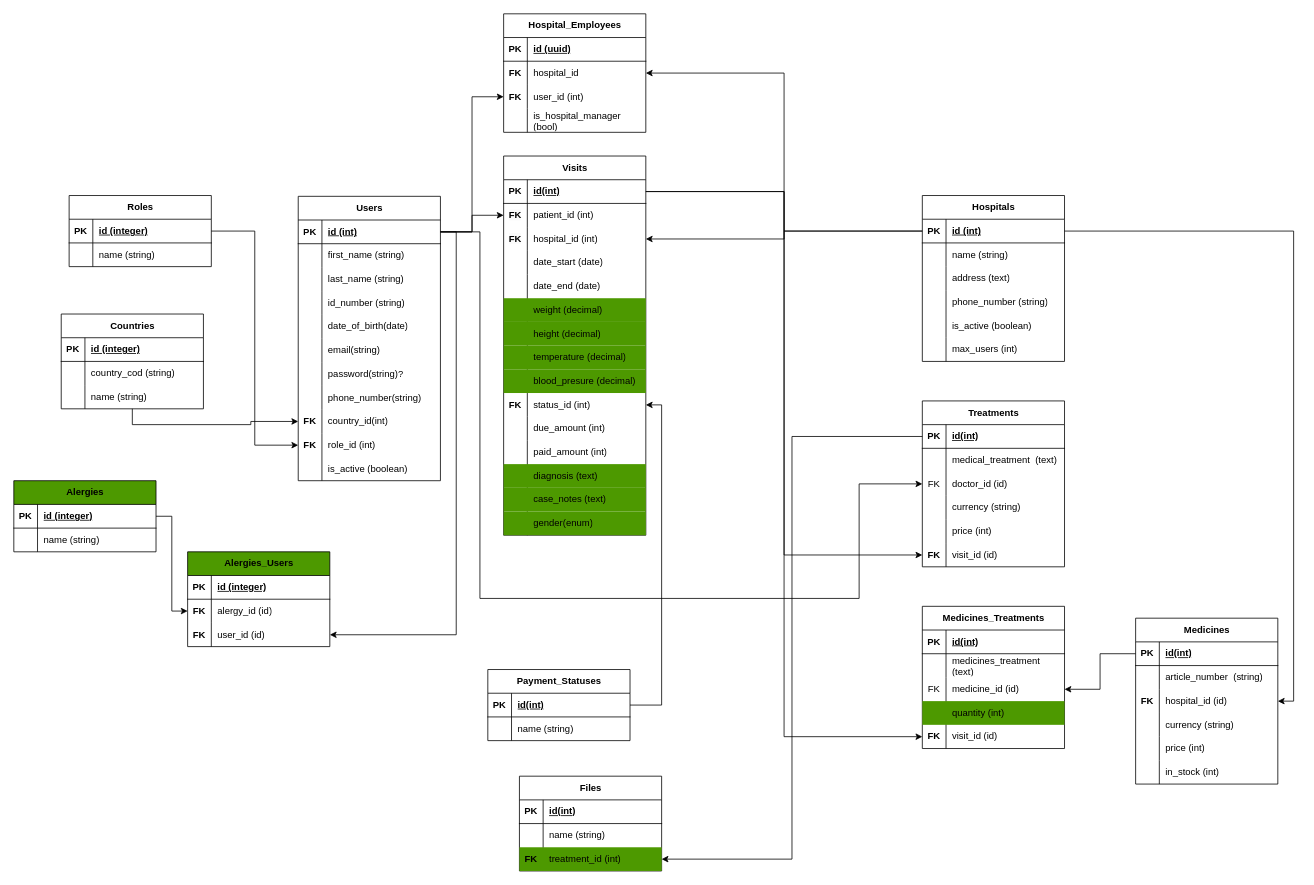
This is Untitled Diagram.drawio from fao30/hospital-management-be, a draw.io file, before an edit. Source tidied: cells renumbered, new cells numbered last; positions are measured from the earlier drawing's top-left corner, leaving out a move shared by most shapes. Both pictures are drawn from the tidied source at 79%, with x=0, y=0 at pixel (13, 13).
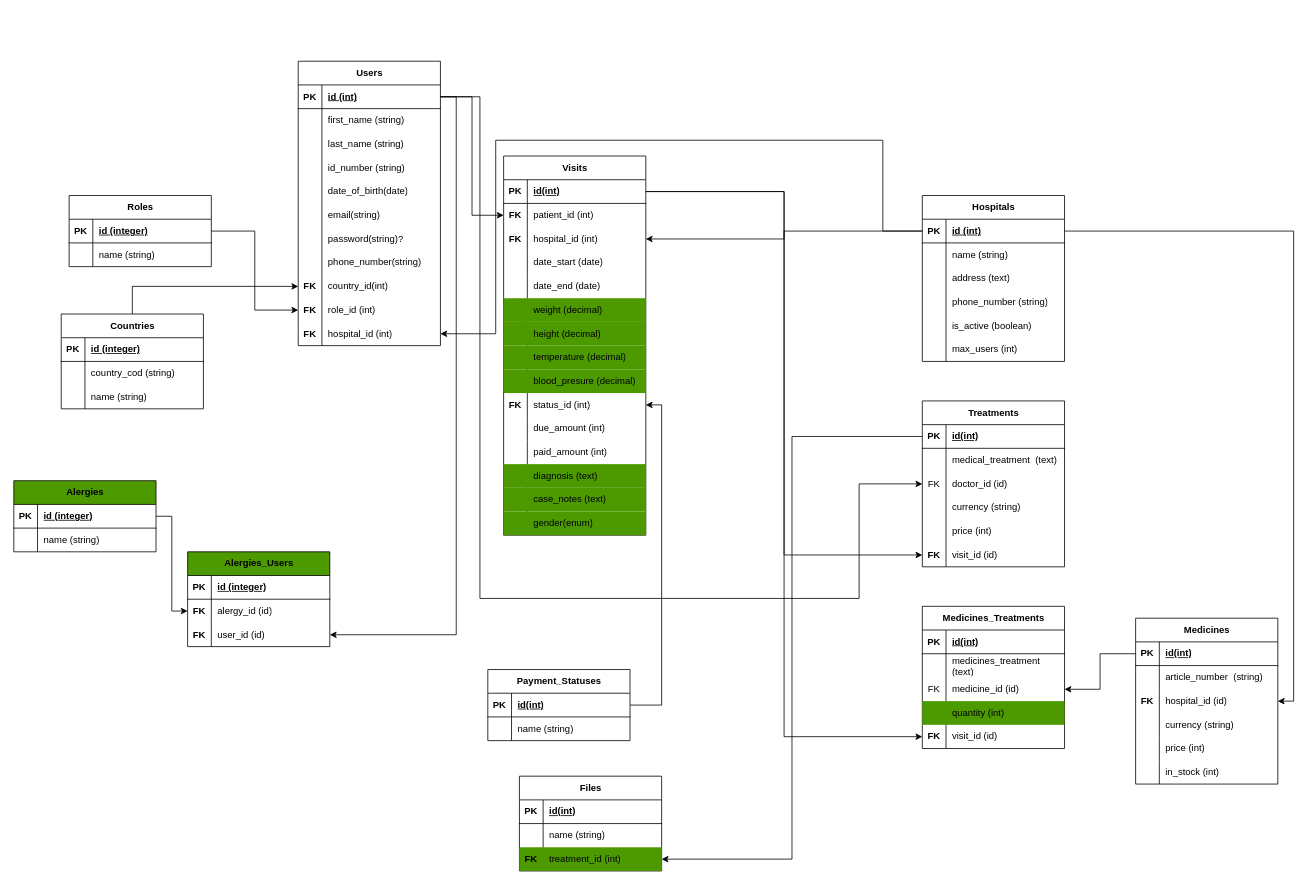
After the change.

Unchanged cells that the change refers to:
```xml
<mxCell id="10" style="shape=tableRow;horizontal=0;startSize=0;swimlaneHead=0;swimlaneBody=0;fillColor=none;points=[[0,0.5],[1,0.5]];portConstraint=eastwest;top=0;left=0;right=0;bottom=1;" parent="9" vertex="1">
  <mxGeometry y="30" width="180" height="30" as="geometry" />
</mxCell>
<mxCell id="29" style="shape=tableRow;horizontal=0;startSize=0;swimlaneHead=0;swimlaneBody=0;fillColor=none;points=[[0,0.5],[1,0.5]];portConstraint=eastwest;top=0;left=0;right=0;bottom=1;" parent="28" vertex="1">
  <mxGeometry y="30" width="180" height="30" as="geometry" />
</mxCell>
<mxCell id="59" style="shape=tableRow;horizontal=0;startSize=0;swimlaneHead=0;swimlaneBody=0;fillColor=none;points=[[0,0.5],[1,0.5]];portConstraint=eastwest;top=0;left=0;right=0;bottom=0;" parent="28" vertex="1">
  <mxGeometry y="330" width="180" height="30" as="geometry" />
</mxCell>
<mxCell id="144" style="shape=tableRow;horizontal=0;startSize=0;swimlaneHead=0;swimlaneBody=0;fillColor=none;points=[[0,0.5],[1,0.5]];portConstraint=eastwest;top=0;left=0;right=0;bottom=0;" parent="137" vertex="1">
  <mxGeometry y="90" width="180" height="30" as="geometry" />
</mxCell>
<mxCell id="229" style="shape=tableRow;horizontal=0;startSize=0;swimlaneHead=0;swimlaneBody=0;fillColor=none;points=[[0,0.5],[1,0.5]];portConstraint=eastwest;top=0;left=0;right=0;bottom=0;" parent="222" vertex="1">
  <mxGeometry y="90" width="180" height="30" as="geometry" />
</mxCell>
```

What changed in the source:
```diff
@@
     <mxCell id="28" value="Users" style="shape=table;startSize=30;childLayout=tableLayout;rowLines=0;fontStyle=1;align=center;html=1;" parent="1" vertex="1">
-      <mxGeometry x="360" y="231" width="180" height="360" as="geometry" />
+      <mxGeometry x="360" y="60" width="180" height="360" as="geometry" />
     </mxCell>
@@
-    <mxCell id="60" style="shape=partialRectangle;fillColor=none;top=0;left=0;bottom=0;right=0;overflow=hidden;whiteSpace=wrap;html=1;" parent="59" vertex="1">
-      <mxGeometry width="30" height="30" as="geometry" />
-    </mxCell>
-    <mxCell id="61" value="is_active (boolean)" style="shape=partialRectangle;fillColor=none;top=0;left=0;bottom=0;right=0;align=left;spacingLeft=6;overflow=hidden;whiteSpace=wrap;html=1;" parent="59" vertex="1">
-      <mxGeometry x="30" width="150" height="30" as="geometry" />
-    </mxCell>
+    <mxCell id="234" value="&lt;b&gt;FK&lt;/b&gt;" style="shape=partialRectangle;fillColor=none;top=0;left=0;bottom=0;right=0;overflow=hidden;whiteSpace=wrap;html=1;" parent="59" vertex="1">
+      <mxGeometry width="30" height="30" as="geometry" />
+    </mxCell>
+    <mxCell id="235" value="hospital_id&amp;nbsp;(int)" style="shape=partialRectangle;fillColor=none;top=0;left=0;bottom=0;right=0;align=left;spacingLeft=6;overflow=hidden;whiteSpace=wrap;html=1;" parent="59" vertex="1">
+      <mxGeometry x="30" width="150" height="30" as="geometry" />
+    </mxCell>
@@
-    <mxCell id="122" value="Hospital_Employees" style="shape=table;startSize=30;childLayout=tableLayout;rowLines=0;fontStyle=1;align=center;html=1;" parent="1" vertex="1">
-      <mxGeometry x="620" width="180" height="150" as="geometry" />
-    </mxCell>
-    <mxCell id="123" style="shape=tableRow;horizontal=0;startSize=0;swimlaneHead=0;swimlaneBody=0;fillColor=none;top=0;left=0;right=0;bottom=1;" parent="122" vertex="1">
-      <mxGeometry y="30" width="180" height="30" as="geometry" />
-    </mxCell>
-    <mxCell id="124" value="PK" style="shape=partialRectangle;fillColor=none;top=0;left=0;bottom=0;right=0;fontStyle=1;overflow=hidden;whiteSpace=wrap;html=1;" parent="123" vertex="1">
-      <mxGeometry width="30" height="30" as="geometry" />
-    </mxCell>
-    <mxCell id="125" value="id (uuid)" style="shape=partialRectangle;fillColor=none;top=0;left=0;bottom=0;right=0;align=left;spacingLeft=6;fontStyle=5;overflow=hidden;whiteSpace=wrap;html=1;" parent="123" vertex="1">
-      <mxGeometry x="30" width="150" height="30" as="geometry" />
-    </mxCell>
-    <mxCell id="126" style="shape=tableRow;horizontal=0;startSize=0;swimlaneHead=0;swimlaneBody=0;fillColor=none;points=[[0,0.5],[1,0.5]];portConstraint=eastwest;top=0;left=0;right=0;bottom=0;" parent="122" vertex="1">
-      <mxGeometry y="60" width="180" height="30" as="geometry" />
-    </mxCell>
-    <mxCell id="127" value="&lt;b&gt;FK&lt;/b&gt;" style="shape=partialRectangle;fillColor=none;top=0;left=0;bottom=0;right=0;overflow=hidden;whiteSpace=wrap;html=1;" parent="126" vertex="1">
-      <mxGeometry width="30" height="30" as="geometry" />
-    </mxCell>
-    <mxCell id="128" value="hospital_id" style="shape=partialRectangle;fillColor=none;top=0;left=0;bottom=0;right=0;align=left;spacingLeft=6;overflow=hidden;whiteSpace=wrap;html=1;" parent="126" vertex="1">
-      <mxGeometry x="30" width="150" height="30" as="geometry" />
-    </mxCell>
-    <mxCell id="129" style="shape=tableRow;horizontal=0;startSize=0;swimlaneHead=0;swimlaneBody=0;fillColor=none;points=[[0,0.5],[1,0.5]];portConstraint=eastwest;top=0;left=0;right=0;bottom=0;" parent="122" vertex="1">
-      <mxGeometry y="90" width="180" height="30" as="geometry" />
-    </mxCell>
-    <mxCell id="130" value="&lt;b&gt;FK&lt;/b&gt;" style="shape=partialRectangle;fillColor=none;top=0;left=0;bottom=0;right=0;overflow=hidden;whiteSpace=wrap;html=1;" parent="129" vertex="1">
-      <mxGeometry width="30" height="30" as="geometry" />
-    </mxCell>
-    <mxCell id="131" value="user_id (int)" style="shape=partialRectangle;fillColor=none;top=0;left=0;bottom=0;right=0;align=left;spacingLeft=6;overflow=hidden;whiteSpace=wrap;html=1;" parent="129" vertex="1">
-      <mxGeometry x="30" width="150" height="30" as="geometry" />
-    </mxCell>
-    <mxCell id="132" style="shape=tableRow;horizontal=0;startSize=0;swimlaneHead=0;swimlaneBody=0;fillColor=none;top=0;left=0;right=0;bottom=0;" parent="122" vertex="1">
-      <mxGeometry y="120" width="180" height="30" as="geometry" />
-    </mxCell>
-    <mxCell id="133" style="shape=partialRectangle;fillColor=none;top=0;left=0;bottom=0;right=0;overflow=hidden;whiteSpace=wrap;html=1;" parent="132" vertex="1">
-      <mxGeometry width="30" height="30" as="geometry" />
-    </mxCell>
-    <mxCell id="134" value="is_hospital_manager (bool)" style="shape=partialRectangle;fillColor=none;top=0;left=0;bottom=0;right=0;align=left;spacingLeft=6;overflow=hidden;whiteSpace=wrap;html=1;" parent="132" vertex="1">
-      <mxGeometry x="30" width="150" height="30" as="geometry" />
-    </mxCell>
-    <mxCell id="135" style="edgeStyle=orthogonalEdgeStyle;rounded=0;jettySize=auto;html=1;" parent="1" edge="1" source="29" target="129">
-      <mxGeometry relative="1" as="geometry" />
-    </mxCell>
-    <mxCell id="136" style="edgeStyle=orthogonalEdgeStyle;rounded=0;jettySize=auto;html=1;" parent="1" edge="1" source="10" target="126">
-      <mxGeometry relative="1" as="geometry" />
-    </mxCell>
@@
     <mxCell id="157" style="edgeStyle=orthogonalEdgeStyle;rounded=0;jettySize=auto;html=1;entryX=0;entryY=0.5;entryDx=0;entryDy=0;" parent="1" edge="1" source="29" target="144">
       <mxGeometry relative="1" as="geometry">
         <Array as="points">
-          <mxPoint x="590" y="276" />
+          <mxPoint x="590" y="105" />
           <mxPoint x="590" y="740" />
           <mxPoint x="1070" y="740" />
           <mxPoint x="1070" y="595" />
         </Array>
       </mxGeometry>
     </mxCell>
@@
     <mxCell id="232" style="edgeStyle=orthogonalEdgeStyle;rounded=0;jettySize=auto;html=1;entryX=1;entryY=0.5;entryDx=0;entryDy=0;" parent="1" edge="1" source="29" target="229">
       <mxGeometry relative="1" as="geometry">
         <Array as="points">
-          <mxPoint x="560" y="276" />
+          <mxPoint x="560" y="105" />
           <mxPoint x="560" y="786" />
         </Array>
       </mxGeometry>
     </mxCell>
@@
+    <mxCell id="236" style="edgeStyle=orthogonalEdgeStyle;rounded=0;jettySize=auto;html=1;entryX=1;entryY=0.5;entryDx=0;entryDy=0;" parent="1" edge="1" source="10" target="59">
+      <mxGeometry relative="1" as="geometry">
+        <Array as="points">
+          <mxPoint x="1100" y="275" />
+          <mxPoint x="1100" y="160" />
+          <mxPoint x="610" y="160" />
+          <mxPoint x="610" y="405" />
+        </Array>
+      </mxGeometry>
+    </mxCell>
```
